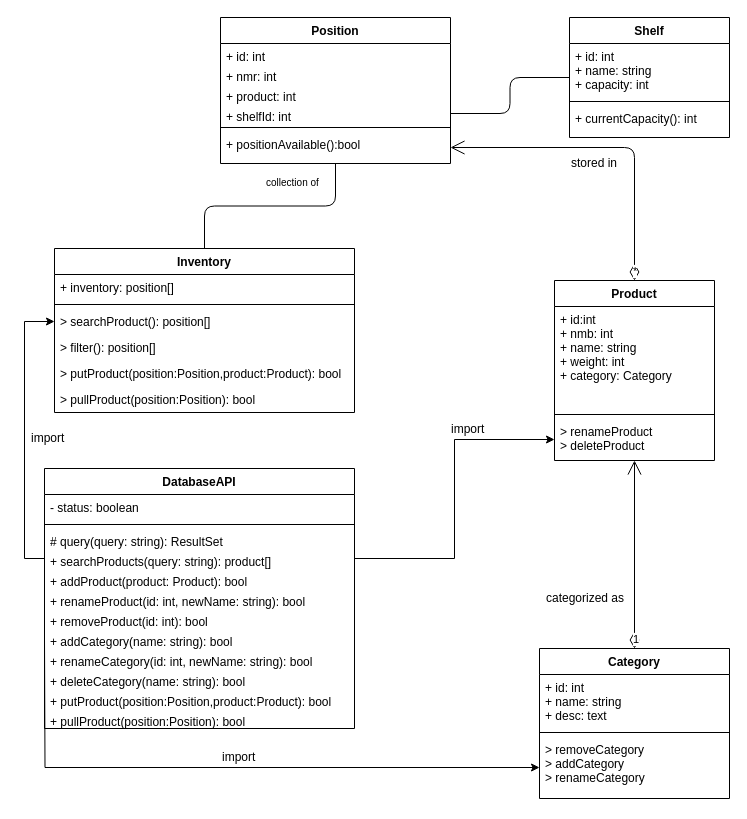
The draw.io diagram mockups/UML Klassendiagram.drawio in callidaria/pen-testing, before the edit. Source tidied: cells renumbered, new cells numbered last; positions are measured from the earlier drawing's top-left corner, leaving out a move shared by most shapes. Both pictures are drawn from the tidied source at 100%, with x=0, y=0 at pixel (29, 17).
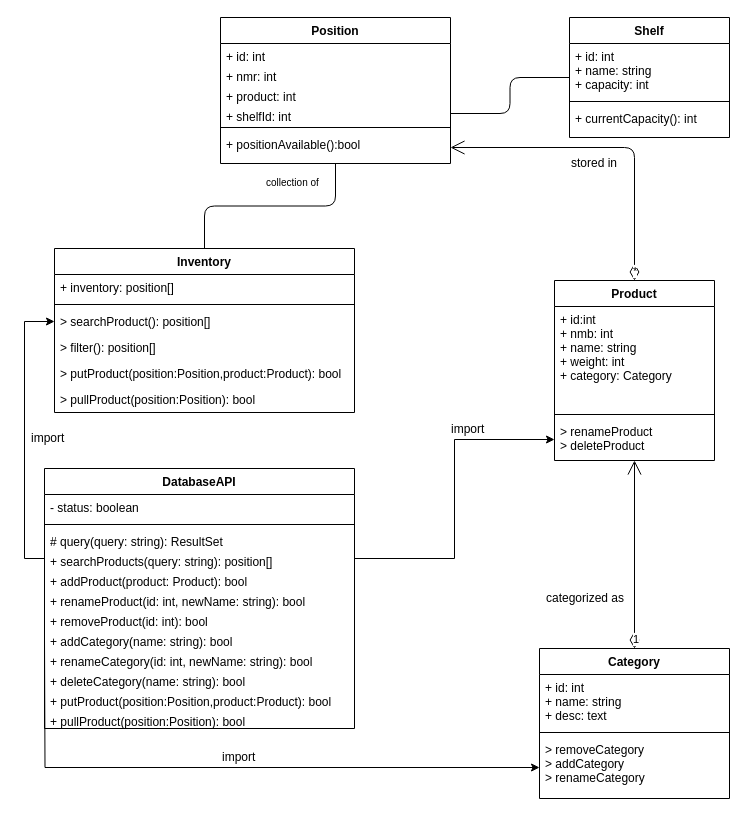
The same page after the edit.

Unchanged cells that the change refers to:
```xml
<mxCell id="23" value="DatabaseAPI" style="swimlane;fontStyle=1;align=center;verticalAlign=top;horizontal=1;startSize=26;" parent="1" vertex="1">
  <mxGeometry x="15" y="451" width="310" height="260" as="geometry" />
</mxCell>
```

What changed in the source:
```diff
@@
-    <mxCell id="27" value="+ searchProducts(query: string): product[]" style="text;strokeColor=none;fillColor=none;align=left;verticalAlign=top;spacingLeft=4;spacingRight=4;overflow=hidden;points=[[0,0.5],[1,0.5]];portConstraint=eastwest;" parent="23" vertex="1">
+    <mxCell id="27" value="+ searchProducts(query: string): position[]" style="text;strokeColor=none;fillColor=none;align=left;verticalAlign=top;spacingLeft=4;spacingRight=4;overflow=hidden;points=[[0,0.5],[1,0.5]];portConstraint=eastwest;" parent="23" vertex="1">
       <mxGeometry y="80" width="310" height="20" as="geometry" />
     </mxCell>
```
